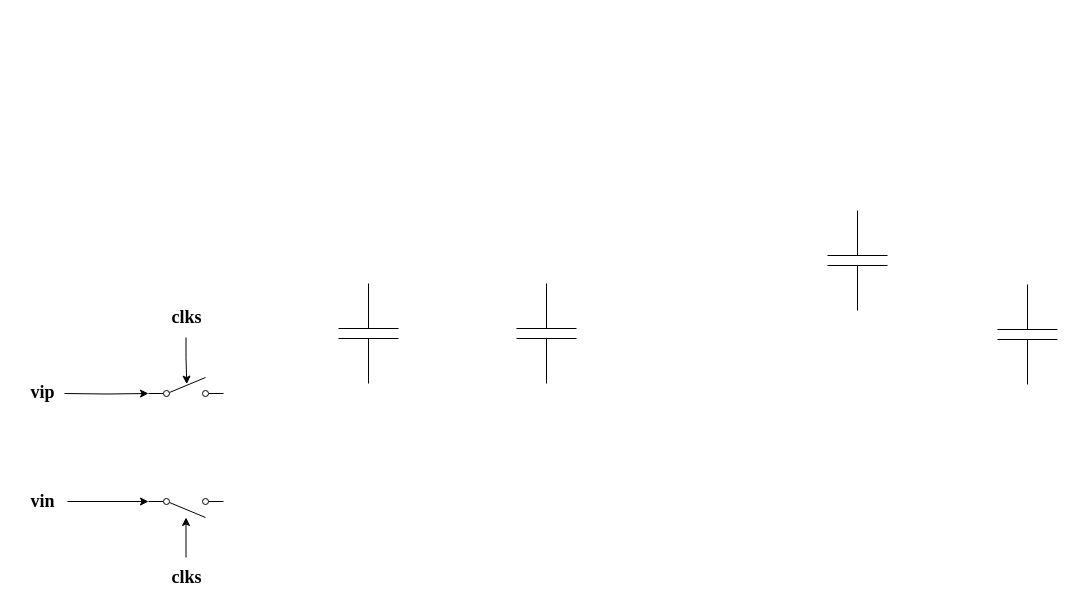
This is cdac.drawio from w1213ph/draw.io, a draw.io file, before an edit. Source tidied: cells renumbered, new cells numbered last; positions are measured from the earlier drawing's top-left corner, leaving out a move shared by most shapes. Both pictures are drawn from the tidied source at 100%, with x=0, y=0 at pixel (17, 210).
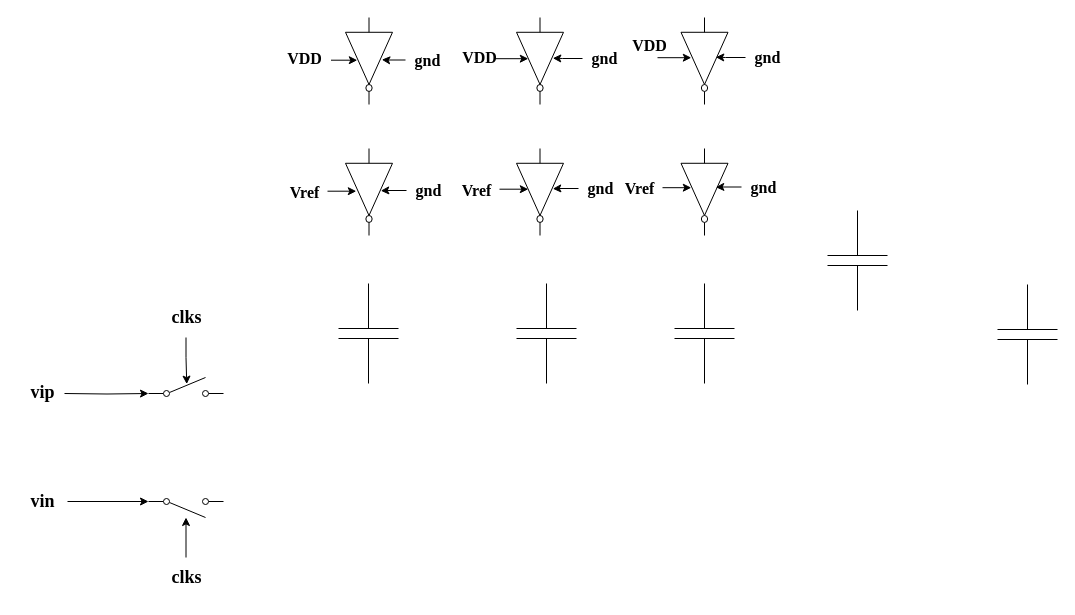
The same page after the edit.

The edit, as a diff of the source:
```diff
@@
+    <mxCell id="16" style="verticalLabelPosition=bottom;shadow=0;dashed=0;align=center;html=1;verticalAlign=top;shape=mxgraph.electrical.logic_gates.inverter_2;direction=south;" parent="1" vertex="1">
+      <mxGeometry x="328" y="-193" width="47" height="87" as="geometry" />
+    </mxCell>
+    <mxCell id="17" style="verticalLabelPosition=bottom;shadow=0;dashed=0;align=center;html=1;verticalAlign=top;shape=mxgraph.electrical.logic_gates.inverter_2;direction=south;" parent="1" vertex="1">
+      <mxGeometry x="328" y="-62" width="47" height="87" as="geometry" />
+    </mxCell>
+    <mxCell id="18" style="verticalLabelPosition=bottom;shadow=0;dashed=0;align=center;html=1;verticalAlign=top;shape=mxgraph.electrical.logic_gates.inverter_2;direction=south;" parent="1" vertex="1">
+      <mxGeometry x="499" y="-193" width="47" height="87" as="geometry" />
+    </mxCell>
+    <mxCell id="19" style="verticalLabelPosition=bottom;shadow=0;dashed=0;align=center;html=1;verticalAlign=top;shape=mxgraph.electrical.logic_gates.inverter_2;direction=south;" parent="1" vertex="1">
+      <mxGeometry x="499" y="-62" width="47" height="87" as="geometry" />
+    </mxCell>
+    <mxCell id="20" style="verticalLabelPosition=bottom;shadow=0;dashed=0;align=center;html=1;verticalAlign=top;shape=mxgraph.electrical.capacitors.capacitor_1;direction=south;" parent="1" vertex="1">
+      <mxGeometry x="657" y="73" width="60" height="100" as="geometry" />
+    </mxCell>
+    <mxCell id="21" style="verticalLabelPosition=bottom;shadow=0;dashed=0;align=center;html=1;verticalAlign=top;shape=mxgraph.electrical.logic_gates.inverter_2;direction=south;" parent="1" vertex="1">
+      <mxGeometry x="663.5" y="-193" width="47" height="87" as="geometry" />
+    </mxCell>
+    <mxCell id="22" style="verticalLabelPosition=bottom;shadow=0;dashed=0;align=center;html=1;verticalAlign=top;shape=mxgraph.electrical.logic_gates.inverter_2;direction=south;" parent="1" vertex="1">
+      <mxGeometry x="663.5" y="-62" width="47" height="87" as="geometry" />
+    </mxCell>
+    <mxCell id="23" style="edgeStyle=orthogonalEdgeStyle;rounded=0;jettySize=auto;html=1;entryX=0.502;entryY=0.812;entryDx=0;entryDy=0;entryPerimeter=0;" parent="1" edge="1" source="24">
+      <mxGeometry relative="1" as="geometry">
+        <mxPoint x="338.8" y="-19.3" as="targetPoint" />
+        <Array as="points">
+          <mxPoint x="333" y="-19" />
+        </Array>
+      </mxGeometry>
+    </mxCell>
+    <mxCell id="24" value="Vref" style="text;html=1;align=center;verticalAlign=middle;points=[];strokeColor=none;fillColor=none;fontFamily=Times New Roman;fontStyle=1;fontSize=16;" parent="1" vertex="1">
+      <mxGeometry x="263" y="-34.5" width="47" height="32" as="geometry" />
+    </mxCell>
+    <mxCell id="25" value="gnd" style="text;html=1;align=center;verticalAlign=middle;points=[];strokeColor=none;fillColor=none;fontFamily=Times New Roman;fontStyle=1;fontSize=16;" parent="1" vertex="1">
+      <mxGeometry x="389" y="-36" width="43" height="32" as="geometry" />
+    </mxCell>
+    <mxCell id="26" style="edgeStyle=orthogonalEdgeStyle;rounded=0;jettySize=auto;html=1;entryX=0.497;entryY=0.291;entryDx=0;entryDy=0;entryPerimeter=0;" parent="1" edge="1" source="25">
+      <mxGeometry relative="1" as="geometry">
+        <mxPoint x="363.3" y="-19.8" as="targetPoint" />
+      </mxGeometry>
+    </mxCell>
+    <mxCell id="27" style="edgeStyle=orthogonalEdgeStyle;rounded=0;jettySize=auto;html=1;entryX=0.502;entryY=0.812;entryDx=0;entryDy=0;entryPerimeter=0;" parent="1" edge="1" source="28">
+      <mxGeometry relative="1" as="geometry">
+        <mxPoint x="339.8" y="-150.3" as="targetPoint" />
+        <Array as="points">
+          <mxPoint x="334" y="-150" />
+        </Array>
+      </mxGeometry>
+    </mxCell>
+    <mxCell id="28" value="VDD" style="text;html=1;align=center;verticalAlign=middle;points=[];strokeColor=none;fillColor=none;fontFamily=Times New Roman;fontStyle=1;fontSize=16;" parent="1" vertex="1">
+      <mxGeometry x="259.5" y="-168" width="54" height="32" as="geometry" />
+    </mxCell>
+    <mxCell id="29" value="gnd" style="text;html=1;align=center;verticalAlign=middle;points=[];strokeColor=none;fillColor=none;fontFamily=Times New Roman;fontStyle=1;fontSize=16;" parent="1" vertex="1">
+      <mxGeometry x="388" y="-166.5" width="43" height="32" as="geometry" />
+    </mxCell>
+    <mxCell id="30" style="edgeStyle=orthogonalEdgeStyle;rounded=0;jettySize=auto;html=1;entryX=0.497;entryY=0.291;entryDx=0;entryDy=0;entryPerimeter=0;" parent="1" edge="1" source="29">
+      <mxGeometry relative="1" as="geometry">
+        <mxPoint x="364.3" y="-150.8" as="targetPoint" />
+      </mxGeometry>
+    </mxCell>
+    <mxCell id="31" style="edgeStyle=orthogonalEdgeStyle;rounded=0;orthogonalLoop=1;jettySize=auto;html=1;entryX=0.502;entryY=0.812;entryDx=0;entryDy=0;entryPerimeter=0;" parent="1" edge="1">
+      <mxGeometry relative="1" as="geometry">
+        <mxPoint x="477" y="-151.8" as="sourcePoint" />
+        <mxPoint x="510.8" y="-151.8" as="targetPoint" />
+        <Array as="points">
+          <mxPoint x="505" y="-151.5" />
+        </Array>
+      </mxGeometry>
+    </mxCell>
+    <mxCell id="32" value="VDD" style="text;html=1;align=center;verticalAlign=middle;strokeColor=none;fillColor=none;fontFamily=Times New Roman;fontStyle=1;fontSize=16;" parent="1" vertex="1">
+      <mxGeometry x="435" y="-169" width="54" height="32" as="geometry" />
+    </mxCell>
+    <mxCell id="33" value="gnd" style="text;html=1;align=center;verticalAlign=middle;points=[];strokeColor=none;fillColor=none;fontFamily=Times New Roman;fontStyle=1;fontSize=16;" parent="1" vertex="1">
+      <mxGeometry x="565" y="-168" width="43" height="32" as="geometry" />
+    </mxCell>
+    <mxCell id="34" style="edgeStyle=orthogonalEdgeStyle;rounded=0;jettySize=auto;html=1;entryX=0.497;entryY=0.291;entryDx=0;entryDy=0;entryPerimeter=0;" parent="1" edge="1" source="33">
+      <mxGeometry relative="1" as="geometry">
+        <mxPoint x="535.3" y="-152.3" as="targetPoint" />
+      </mxGeometry>
+    </mxCell>
+    <mxCell id="35" style="edgeStyle=orthogonalEdgeStyle;rounded=0;orthogonalLoop=1;jettySize=auto;html=1;entryX=0.502;entryY=0.812;entryDx=0;entryDy=0;entryPerimeter=0;" parent="1" edge="1">
+      <mxGeometry relative="1" as="geometry">
+        <mxPoint x="640" y="-152.8" as="sourcePoint" />
+        <mxPoint x="673.8" y="-152.8" as="targetPoint" />
+        <Array as="points">
+          <mxPoint x="668" y="-152.5" />
+        </Array>
+      </mxGeometry>
+    </mxCell>
+    <mxCell id="36" value="gnd" style="text;html=1;align=center;verticalAlign=middle;points=[];strokeColor=none;fillColor=none;fontFamily=Times New Roman;fontStyle=1;fontSize=16;" parent="1" vertex="1">
+      <mxGeometry x="728" y="-169" width="43" height="32" as="geometry" />
+    </mxCell>
+    <mxCell id="37" style="edgeStyle=orthogonalEdgeStyle;rounded=0;jettySize=auto;html=1;entryX=0.497;entryY=0.291;entryDx=0;entryDy=0;entryPerimeter=0;" parent="1" edge="1" source="36">
+      <mxGeometry relative="1" as="geometry">
+        <mxPoint x="698.3" y="-153.3" as="targetPoint" />
+      </mxGeometry>
+    </mxCell>
+    <mxCell id="38" value="VDD" style="text;html=1;align=center;verticalAlign=middle;strokeColor=none;fillColor=none;fontFamily=Times New Roman;fontStyle=1;fontSize=16;" parent="1" vertex="1">
+      <mxGeometry x="605" y="-181" width="54" height="32" as="geometry" />
+    </mxCell>
+    <mxCell id="39" style="edgeStyle=orthogonalEdgeStyle;rounded=0;jettySize=auto;html=1;entryX=0.502;entryY=0.812;entryDx=0;entryDy=0;entryPerimeter=0;" parent="1" edge="1" source="40">
+      <mxGeometry relative="1" as="geometry">
+        <mxPoint x="510.8" y="-21.3" as="targetPoint" />
+        <Array as="points">
+          <mxPoint x="505" y="-21" />
+        </Array>
+      </mxGeometry>
+    </mxCell>
+    <mxCell id="40" value="Vref" style="text;html=1;align=center;verticalAlign=middle;points=[];strokeColor=none;fillColor=none;fontFamily=Times New Roman;fontStyle=1;fontSize=16;" parent="1" vertex="1">
+      <mxGeometry x="435" y="-36.5" width="47" height="32" as="geometry" />
+    </mxCell>
+    <mxCell id="41" value="gnd" style="text;html=1;align=center;verticalAlign=middle;points=[];strokeColor=none;fillColor=none;fontFamily=Times New Roman;fontStyle=1;fontSize=16;" parent="1" vertex="1">
+      <mxGeometry x="561" y="-38" width="43" height="32" as="geometry" />
+    </mxCell>
+    <mxCell id="42" style="edgeStyle=orthogonalEdgeStyle;rounded=0;jettySize=auto;html=1;entryX=0.497;entryY=0.291;entryDx=0;entryDy=0;entryPerimeter=0;" parent="1" edge="1" source="41">
+      <mxGeometry relative="1" as="geometry">
+        <mxPoint x="535.3" y="-21.8" as="targetPoint" />
+      </mxGeometry>
+    </mxCell>
+    <mxCell id="43" style="edgeStyle=orthogonalEdgeStyle;rounded=0;jettySize=auto;html=1;entryX=0.502;entryY=0.812;entryDx=0;entryDy=0;entryPerimeter=0;" parent="1" edge="1" source="44">
+      <mxGeometry relative="1" as="geometry">
+        <mxPoint x="673.8" y="-22.8" as="targetPoint" />
+        <Array as="points">
+          <mxPoint x="668" y="-22.5" />
+        </Array>
+      </mxGeometry>
+    </mxCell>
+    <mxCell id="44" value="Vref" style="text;html=1;align=center;verticalAlign=middle;points=[];strokeColor=none;fillColor=none;fontFamily=Times New Roman;fontStyle=1;fontSize=16;" parent="1" vertex="1">
+      <mxGeometry x="598" y="-38" width="47" height="32" as="geometry" />
+    </mxCell>
+    <mxCell id="45" value="gnd" style="text;html=1;align=center;verticalAlign=middle;points=[];strokeColor=none;fillColor=none;fontFamily=Times New Roman;fontStyle=1;fontSize=16;" parent="1" vertex="1">
+      <mxGeometry x="724" y="-39.5" width="43" height="32" as="geometry" />
+    </mxCell>
+    <mxCell id="46" style="edgeStyle=orthogonalEdgeStyle;rounded=0;jettySize=auto;html=1;entryX=0.497;entryY=0.291;entryDx=0;entryDy=0;entryPerimeter=0;" parent="1" edge="1" source="45">
+      <mxGeometry relative="1" as="geometry">
+        <mxPoint x="698.3" y="-23.3" as="targetPoint" />
+      </mxGeometry>
+    </mxCell>
```
